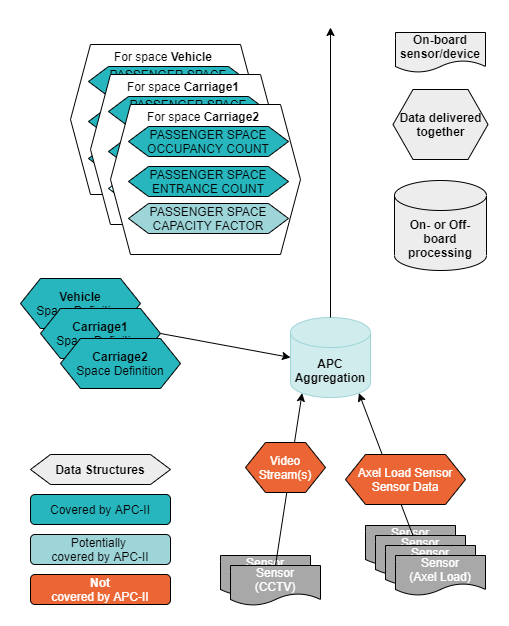
Earlier version of the draw.io export apc/apc-highlevel_video-axle.drawio.png (A-Fromell-ITxPT/SpecTest). Source tidied: cells renumbered, new cells last; positions are measured from the earlier drawing's top-left corner, leaving out a move shared by most shapes.
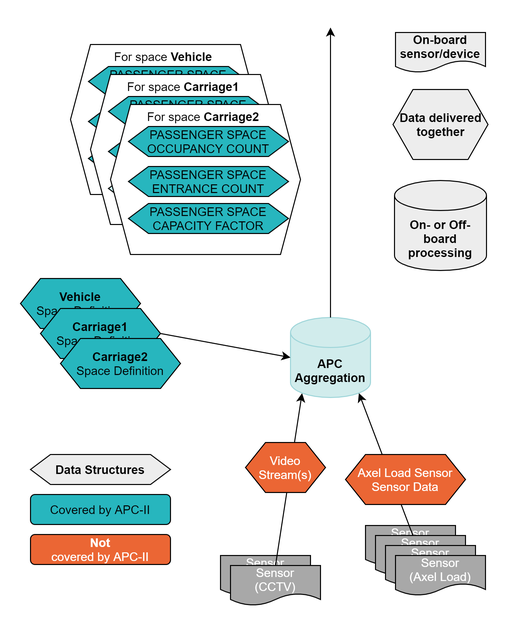
After the change.

Change to the diagram source:
```diff
@@ -95,7 +95,7 @@
     <mxCell id="31" value="For space &lt;b&gt;Carriage2&lt;/b&gt;" style="text;html=1;strokeColor=none;fillColor=none;align=center;verticalAlign=middle;whiteSpace=wrap;rounded=0;" parent="1" vertex="1">
       <mxGeometry x="108" y="79" width="150" height="20" as="geometry" />
     </mxCell>
-    <mxCell id="32" value="PASSENGER SPACE CAPACITY FACTOR" style="shape=hexagon;perimeter=hexagonPerimeter2;whiteSpace=wrap;html=1;fixedSize=1;fillColor=#9ed5d9;" parent="1" vertex="1">
+    <mxCell id="32" value="PASSENGER SPACE CAPACITY FACTOR" style="shape=hexagon;perimeter=hexagonPerimeter2;whiteSpace=wrap;html=1;fixedSize=1;fillColor=#27B6BE;" parent="1" vertex="1">
       <mxGeometry x="108" y="176" width="160" height="30" as="geometry" />
     </mxCell>
     <mxCell id="33" value="&lt;b&gt;Data delivered together&lt;/b&gt;" style="shape=hexagon;perimeter=hexagonPerimeter2;whiteSpace=wrap;html=1;fixedSize=1;fillColor=#ededed;" parent="1" vertex="1">
@@ -110,11 +110,8 @@
     <mxCell id="36" value="Covered by APC-II" style="rounded=1;whiteSpace=wrap;html=1;fixedSize=1;fillColor=#27b6be;" parent="1" vertex="1">
       <mxGeometry x="10" y="467" width="140" height="30" as="geometry" />
     </mxCell>
-    <mxCell id="37" value="Potentially &lt;br&gt;covered by APC-II" style="rounded=1;whiteSpace=wrap;html=1;fixedSize=1;fillColor=#9ed5d9;" parent="1" vertex="1">
-      <mxGeometry x="10" y="507" width="140" height="30" as="geometry" />
-    </mxCell>
     <mxCell id="38" value="&lt;b&gt;Not&lt;br&gt;&lt;/b&gt;&lt;span style=&quot;&quot;&gt;covered by APC-II&lt;/span&gt;&lt;b&gt;&lt;br&gt;&lt;/b&gt;" style="rounded=1;whiteSpace=wrap;html=1;fixedSize=1;fillColor=#eb6634;fontColor=#FFFFFF;" parent="1" vertex="1">
-      <mxGeometry x="10" y="547" width="140" height="30" as="geometry" />
+      <mxGeometry x="10" y="507" width="140" height="30" as="geometry" />
     </mxCell>
     <mxCell id="39" value="&lt;b&gt;Data Structures&lt;/b&gt;" style="shape=hexagon;perimeter=hexagonPerimeter2;whiteSpace=wrap;html=1;fixedSize=1;fillColor=#ededed;" parent="1" vertex="1">
       <mxGeometry x="10" y="427" width="140" height="30" as="geometry" />
```
